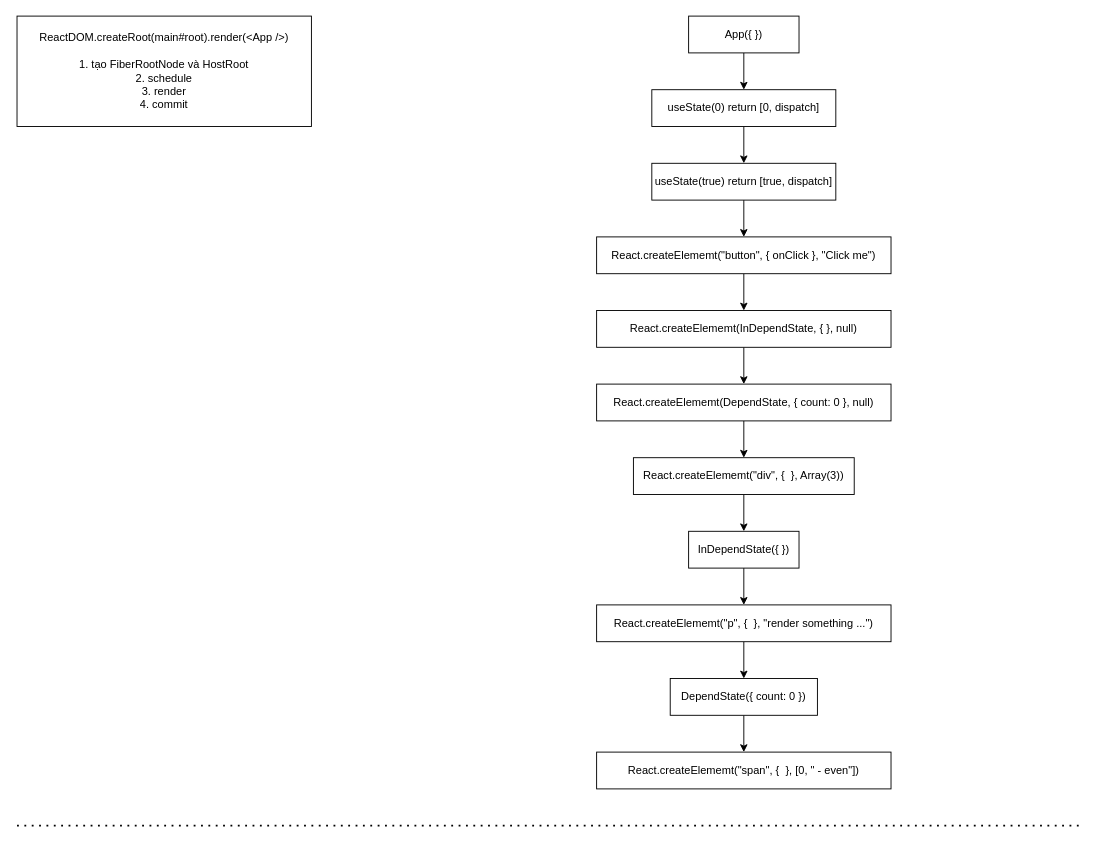
Above: page "ReactDOM.createRoot(main#root).render(<App />)" (1 of 7) of React Internal.drawio in binh-nguyen-dev/practice-git-github (draw.io), before the change. Source tidied: cells renumbered, new cells numbered last; positions are measured from the earlier drawing's top-left corner, leaving out a move shared by most shapes. Both pictures are drawn from the tidied source at 92%, with x=0, y=0 at pixel (17, 16).
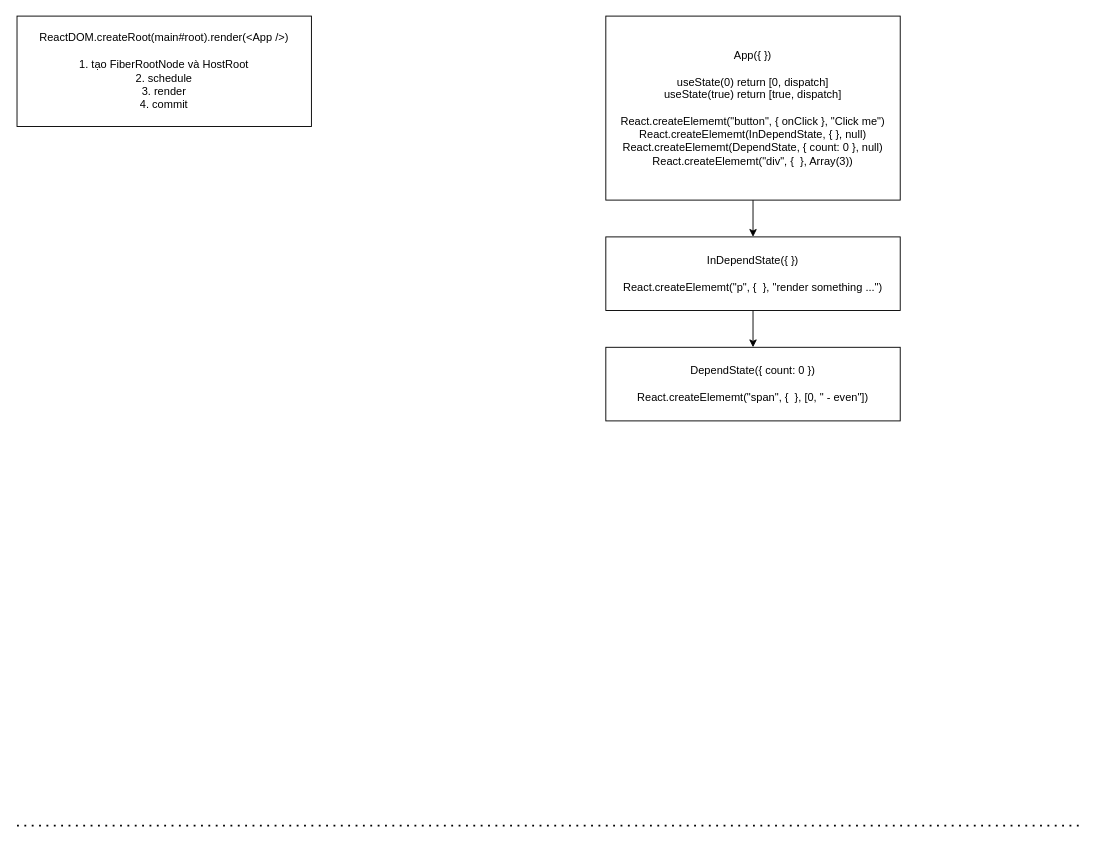
The same diagram, later.

Change to the diagram source:
```diff
@@
-    <mxCell id="3" style="edgeStyle=orthogonalEdgeStyle;rounded=0;jettySize=auto;html=1;exitX=0.5;exitY=1;exitDx=0;exitDy=0;entryX=0.5;entryY=0;entryDx=0;entryDy=0;" parent="1" edge="1" source="4" target="6">
-      <mxGeometry relative="1" as="geometry" />
-    </mxCell>
-    <mxCell id="4" value="App({ })" style="whiteSpace=wrap;html=1;" parent="1" vertex="1">
-      <mxGeometry x="730" width="120" height="40" as="geometry" />
-    </mxCell>
-    <mxCell id="5" style="edgeStyle=orthogonalEdgeStyle;rounded=0;jettySize=auto;html=1;exitX=0.5;exitY=1;exitDx=0;exitDy=0;entryX=0.5;entryY=0;entryDx=0;entryDy=0;" parent="1" edge="1" source="6" target="8">
-      <mxGeometry relative="1" as="geometry" />
-    </mxCell>
-    <mxCell id="6" value="useState(0) return [0, dispatch]" style="whiteSpace=wrap;html=1;" parent="1" vertex="1">
-      <mxGeometry x="690" y="80" width="200" height="40" as="geometry" />
-    </mxCell>
-    <mxCell id="7" style="edgeStyle=orthogonalEdgeStyle;rounded=0;jettySize=auto;html=1;exitX=0.5;exitY=1;exitDx=0;exitDy=0;entryX=0.5;entryY=0;entryDx=0;entryDy=0;" parent="1" edge="1" source="8" target="10">
-      <mxGeometry relative="1" as="geometry" />
-    </mxCell>
-    <mxCell id="8" value="useState(true) return [true, dispatch]" style="whiteSpace=wrap;html=1;" parent="1" vertex="1">
-      <mxGeometry x="690" y="160" width="200" height="40" as="geometry" />
-    </mxCell>
-    <mxCell id="9" style="edgeStyle=orthogonalEdgeStyle;rounded=0;jettySize=auto;html=1;exitX=0.5;exitY=1;exitDx=0;exitDy=0;entryX=0.5;entryY=0;entryDx=0;entryDy=0;" parent="1" edge="1" source="10" target="12">
-      <mxGeometry relative="1" as="geometry" />
-    </mxCell>
+    <mxCell id="25" style="edgeStyle=orthogonalEdgeStyle;rounded=0;jettySize=auto;html=1;exitX=0.5;exitY=1;exitDx=0;exitDy=0;entryX=0.5;entryY=0;entryDx=0;entryDy=0;" parent="1" edge="1" source="10" target="18">
+      <mxGeometry relative="1" as="geometry" />
+    </mxCell>
-    <mxCell id="10" value="React.createElememt(&quot;button&quot;, { onClick }, &quot;Click me&quot;)" style="whiteSpace=wrap;html=1;" parent="1" vertex="1">
-      <mxGeometry x="630" y="240" width="320" height="40" as="geometry" />
+    <mxCell id="10" value="&lt;div&gt;App({ })&lt;/div&gt;&lt;div&gt;&lt;br&gt;&lt;/div&gt;&lt;div&gt;useState(0) return [0, dispatch]&lt;div&gt;useState(true) return [true, dispatch]&lt;/div&gt;&lt;/div&gt;&lt;div&gt;&lt;br&gt;&lt;/div&gt;React.createElememt(&quot;button&quot;, { onClick }, &quot;Click me&quot;)&lt;div&gt;React.createElememt(InDependState, { }, null)&lt;/div&gt;&lt;div&gt;React.createElememt(DependState, { count: 0 }, null)&lt;/div&gt;&lt;div&gt;React.createElememt(&quot;div&quot;, {&amp;nbsp; }, Array(3))&lt;/div&gt;" style="whiteSpace=wrap;html=1;" parent="1" vertex="1">
+      <mxGeometry x="640" width="320" height="200" as="geometry" />
     </mxCell>
-    <mxCell id="11" style="edgeStyle=orthogonalEdgeStyle;rounded=0;jettySize=auto;html=1;exitX=0.5;exitY=1;exitDx=0;exitDy=0;entryX=0.5;entryY=0;entryDx=0;entryDy=0;" parent="1" edge="1" source="12" target="14">
-      <mxGeometry relative="1" as="geometry" />
-    </mxCell>
-    <mxCell id="12" value="React.createElememt(InDependState, { }, null)" style="whiteSpace=wrap;html=1;" parent="1" vertex="1">
-      <mxGeometry x="630" y="320" width="320" height="40" as="geometry" />
-    </mxCell>
-    <mxCell id="13" style="edgeStyle=orthogonalEdgeStyle;rounded=0;jettySize=auto;html=1;exitX=0.5;exitY=1;exitDx=0;exitDy=0;entryX=0.5;entryY=0;entryDx=0;entryDy=0;" parent="1" edge="1" source="14" target="16">
-      <mxGeometry relative="1" as="geometry" />
-    </mxCell>
-    <mxCell id="14" value="React.createElememt(DependState, { count: 0 }, null)" style="whiteSpace=wrap;html=1;" parent="1" vertex="1">
-      <mxGeometry x="630" y="400" width="320" height="40" as="geometry" />
-    </mxCell>
-    <mxCell id="15" style="edgeStyle=orthogonalEdgeStyle;rounded=0;jettySize=auto;html=1;exitX=0.5;exitY=1;exitDx=0;exitDy=0;entryX=0.5;entryY=0;entryDx=0;entryDy=0;" parent="1" edge="1" source="16" target="18">
-      <mxGeometry relative="1" as="geometry" />
-    </mxCell>
-    <mxCell id="16" value="React.createElememt(&quot;div&quot;, {&amp;nbsp; }, Array(3))" style="whiteSpace=wrap;html=1;" parent="1" vertex="1">
-      <mxGeometry x="670" y="480" width="240" height="40" as="geometry" />
-    </mxCell>
-    <mxCell id="17" style="edgeStyle=orthogonalEdgeStyle;rounded=0;jettySize=auto;html=1;exitX=0.5;exitY=1;exitDx=0;exitDy=0;entryX=0.5;entryY=0;entryDx=0;entryDy=0;" parent="1" edge="1" source="18" target="20">
-      <mxGeometry relative="1" as="geometry" />
-    </mxCell>
+    <mxCell id="26" style="edgeStyle=orthogonalEdgeStyle;rounded=0;jettySize=auto;html=1;exitX=0.5;exitY=1;exitDx=0;exitDy=0;entryX=0.5;entryY=0;entryDx=0;entryDy=0;" parent="1" edge="1" source="18" target="23">
+      <mxGeometry relative="1" as="geometry" />
+    </mxCell>
-    <mxCell id="18" value="InDependState({ })" style="whiteSpace=wrap;html=1;" parent="1" vertex="1">
-      <mxGeometry x="730" y="560" width="120" height="40" as="geometry" />
+    <mxCell id="18" value="InDependState({ })&lt;div&gt;&lt;br&gt;&lt;/div&gt;&lt;div&gt;React.createElememt(&quot;p&quot;, {&amp;nbsp; }, &quot;render something ...&quot;)&lt;/div&gt;" style="whiteSpace=wrap;html=1;" parent="1" vertex="1">
+      <mxGeometry x="640" y="240" width="320" height="80" as="geometry" />
     </mxCell>
-    <mxCell id="19" style="edgeStyle=orthogonalEdgeStyle;rounded=0;jettySize=auto;html=1;exitX=0.5;exitY=1;exitDx=0;exitDy=0;entryX=0.5;entryY=0;entryDx=0;entryDy=0;" parent="1" edge="1" source="20" target="22">
-      <mxGeometry relative="1" as="geometry" />
-    </mxCell>
-    <mxCell id="20" value="React.createElememt(&quot;p&quot;, {&amp;nbsp; }, &quot;render something ...&quot;)" style="whiteSpace=wrap;html=1;" parent="1" vertex="1">
-      <mxGeometry x="630" y="640" width="320" height="40" as="geometry" />
-    </mxCell>
-    <mxCell id="21" style="edgeStyle=orthogonalEdgeStyle;rounded=0;jettySize=auto;html=1;exitX=0.5;exitY=1;exitDx=0;exitDy=0;entryX=0.5;entryY=0;entryDx=0;entryDy=0;" parent="1" edge="1" source="22" target="23">
-      <mxGeometry relative="1" as="geometry" />
-    </mxCell>
-    <mxCell id="22" value="DependState({ count: 0 })" style="whiteSpace=wrap;html=1;" parent="1" vertex="1">
-      <mxGeometry x="710" y="720" width="160" height="40" as="geometry" />
-    </mxCell>
-    <mxCell id="23" value="React.createElememt(&quot;span&quot;, {&amp;nbsp; }, [0, &quot; - even&quot;])" style="whiteSpace=wrap;html=1;" parent="1" vertex="1">
-      <mxGeometry x="630" y="800" width="320" height="40" as="geometry" />
+    <mxCell id="23" value="&lt;div&gt;DependState({ count: 0 })&lt;/div&gt;&lt;div&gt;&lt;br&gt;&lt;/div&gt;React.createElememt(&quot;span&quot;, {&amp;nbsp; }, [0, &quot; - even&quot;])" style="whiteSpace=wrap;html=1;" parent="1" vertex="1">
+      <mxGeometry x="640" y="360" width="320" height="80" as="geometry" />
     </mxCell>
```
